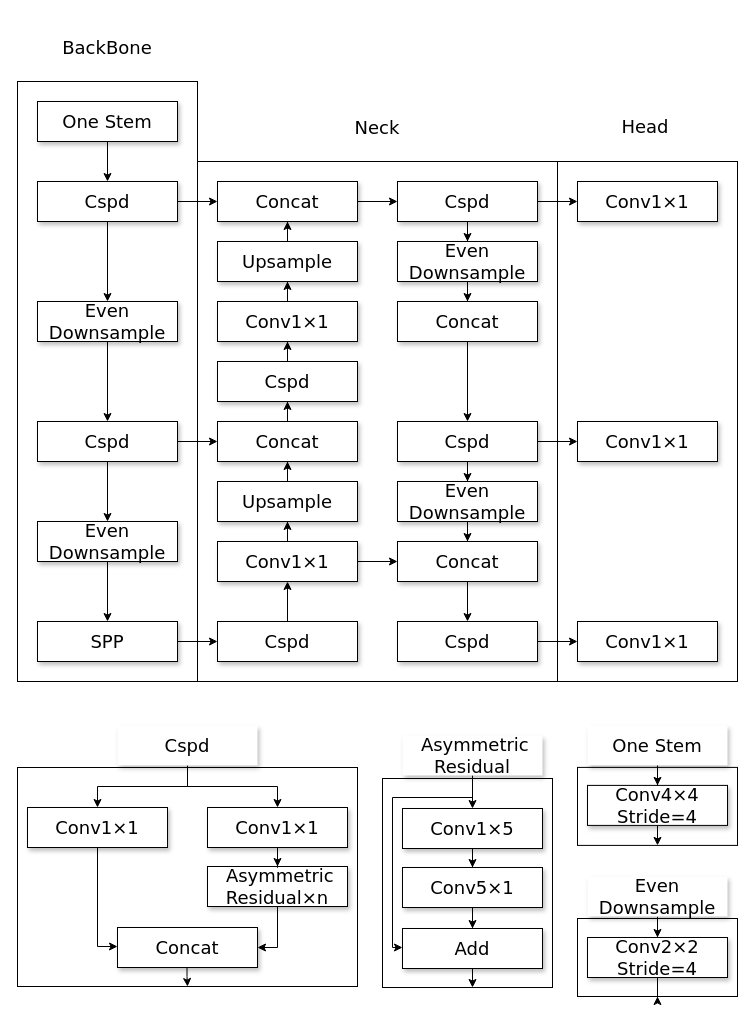
The draw.io diagram 未命名绘图.drawio in guohuanguohuan/github-picgo, before the edit. Source tidied: cells renumbered, new cells numbered last; positions are measured from the earlier drawing's top-left corner, leaving out a move shared by most shapes. Both pictures are drawn from the tidied source at 100%, with x=0, y=0 at pixel (17, 17).
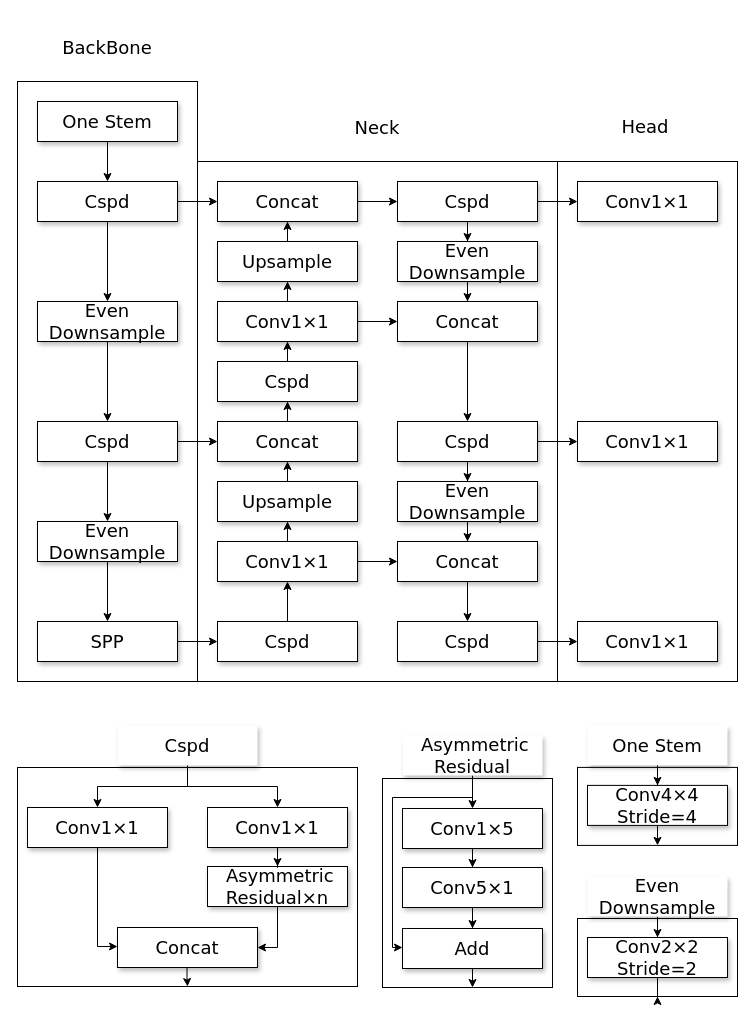
After the change.

Commit message:
更新未命名绘图.drawio

Unchanged cells that the change refers to:
```xml
<mxCell id="38" value="&lt;font style=&quot;font-size: 18px;&quot;&gt;Conv1×1&lt;/font&gt;" style="whiteSpace=wrap;html=1;rounded=0;shadow=1;labelBackgroundColor=none;strokeWidth=1;fontFamily=Verdana;fontSize=8;align=center;spacing=6;" parent="1" vertex="1">
  <mxGeometry x="200" y="284" width="140" height="40" as="geometry" />
</mxCell>
<mxCell id="47" value="&lt;span style=&quot;font-size: 18px;&quot;&gt;Concat&lt;/span&gt;" style="whiteSpace=wrap;html=1;rounded=0;shadow=1;labelBackgroundColor=none;strokeWidth=1;fontFamily=Verdana;fontSize=8;align=center;spacing=6;" parent="1" vertex="1">
  <mxGeometry x="380" y="284" width="140" height="40" as="geometry" />
</mxCell>
```

The edit, as a diff of the source:
```diff
@@
+    <mxCell id="90" style="edgeStyle=orthogonalEdgeStyle;rounded=0;jettySize=auto;html=1;" parent="1" edge="1" source="38" target="47">
+      <mxGeometry relative="1" as="geometry" />
+    </mxCell>
@@
-    <mxCell id="87" value="&lt;span style=&quot;font-size: 18px;&quot;&gt;Conv2×2&lt;/span&gt;&lt;div&gt;&lt;span style=&quot;font-size: 18px;&quot;&gt;Stride=4&lt;/span&gt;&lt;/div&gt;" style="whiteSpace=wrap;html=1;rounded=0;shadow=1;labelBackgroundColor=none;strokeWidth=1;fontFamily=Verdana;fontSize=8;align=center;spacing=6;" parent="1" vertex="1">
+    <mxCell id="87" value="&lt;span style=&quot;font-size: 18px;&quot;&gt;Conv2×2&lt;/span&gt;&lt;div&gt;&lt;span style=&quot;font-size: 18px;&quot;&gt;Stride=2&lt;/span&gt;&lt;/div&gt;" style="whiteSpace=wrap;html=1;rounded=0;shadow=1;labelBackgroundColor=none;strokeWidth=1;fontFamily=Verdana;fontSize=8;align=center;spacing=6;" parent="1" vertex="1">
       <mxGeometry x="570" y="920" width="140" height="40" as="geometry" />
     </mxCell>
```
